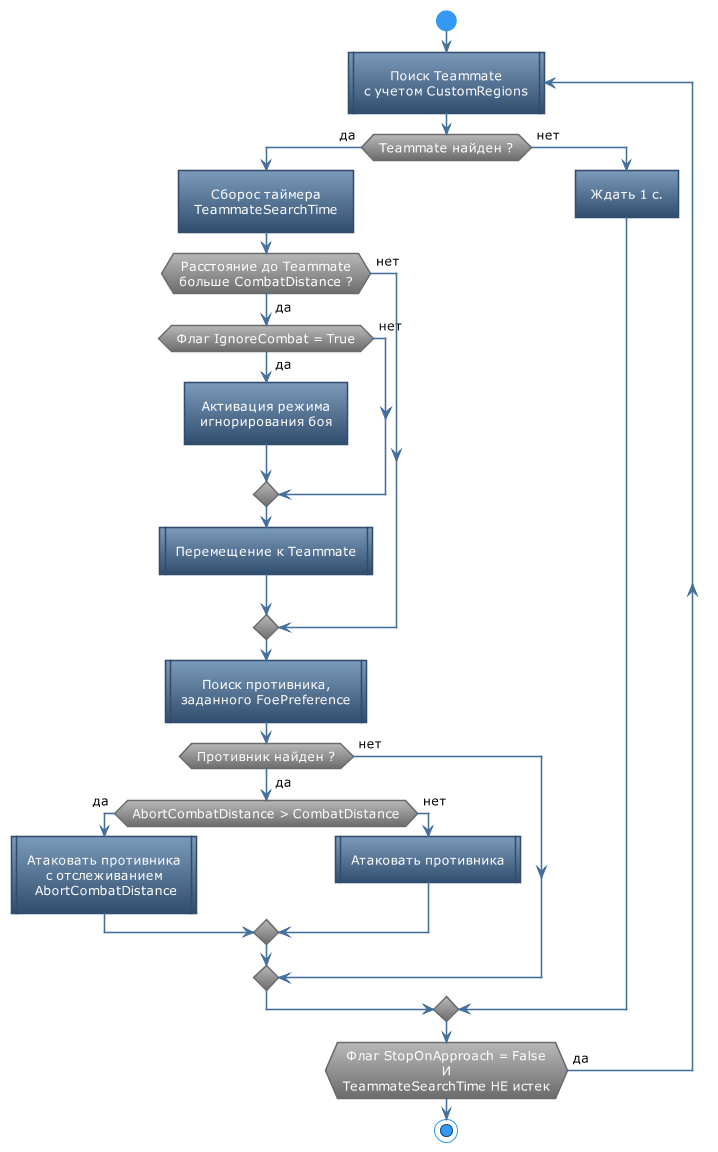
Earlier version of the PlantUML export Quester/Actions/diagrams/MoveToTeammate.png (qpAHTA3EP/EntityToolsDocs).
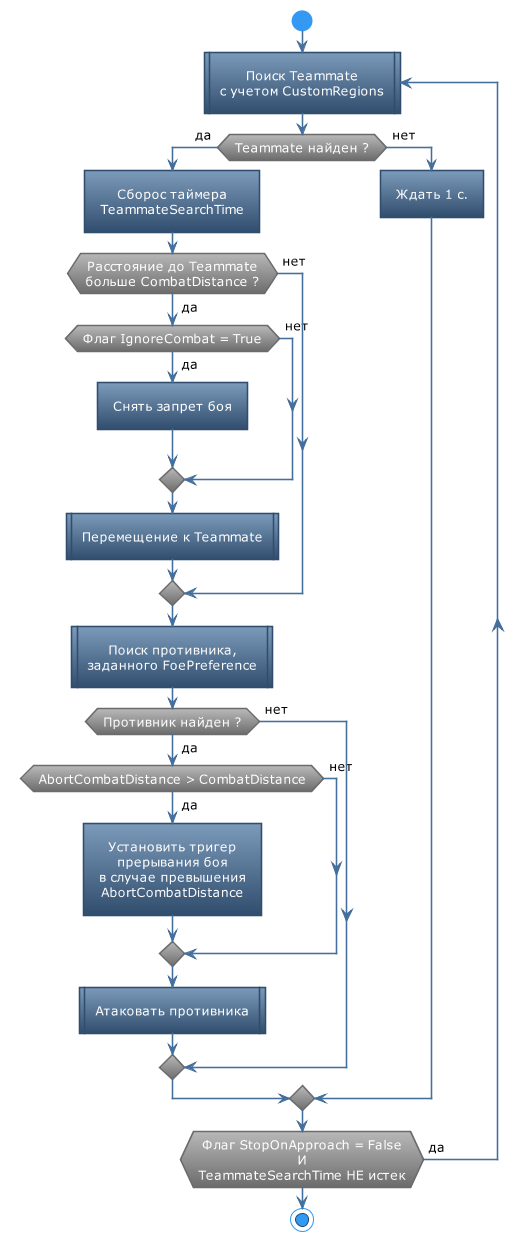
After the change.

Commit message:
Поправил диаграмму MoveToTeammate

Change to the diagram source:
```diff
@@ -8,7 +8,7 @@
     :Сборос таймера\nTeammateSearchTime]
     if(Расстояние до Teammate\nбольше CombatDistance ?) then (<color:black>да)
         if (Флаг IgnoreCombat = True) then (<color:black>да)
-            :Активация режима\nигнорирования боя]
+            :Снять запрет боя]
         else (<color:black>нет)
         endif
         :Перемещение к Teammate|
@@ -17,10 +17,10 @@
     :Поиск противника,\nзаданного FoePreference|
     if(Противник найден ?) then (<color:black>да)
         if(AbortCombatDistance > CombatDistance) then (<color:black>да)
-            :Атаковать противника\nс отслеживанием\n AbortCombatDistance|
+            :Установить тригер\nпрерывания боя\nв случае превышения\nAbortCombatDistance]
         else (<color:black>нет)
-            :Атаковать противника|
         endif
+        :Атаковать противника|
     else (<color:black>нет)
     endif
 
```
